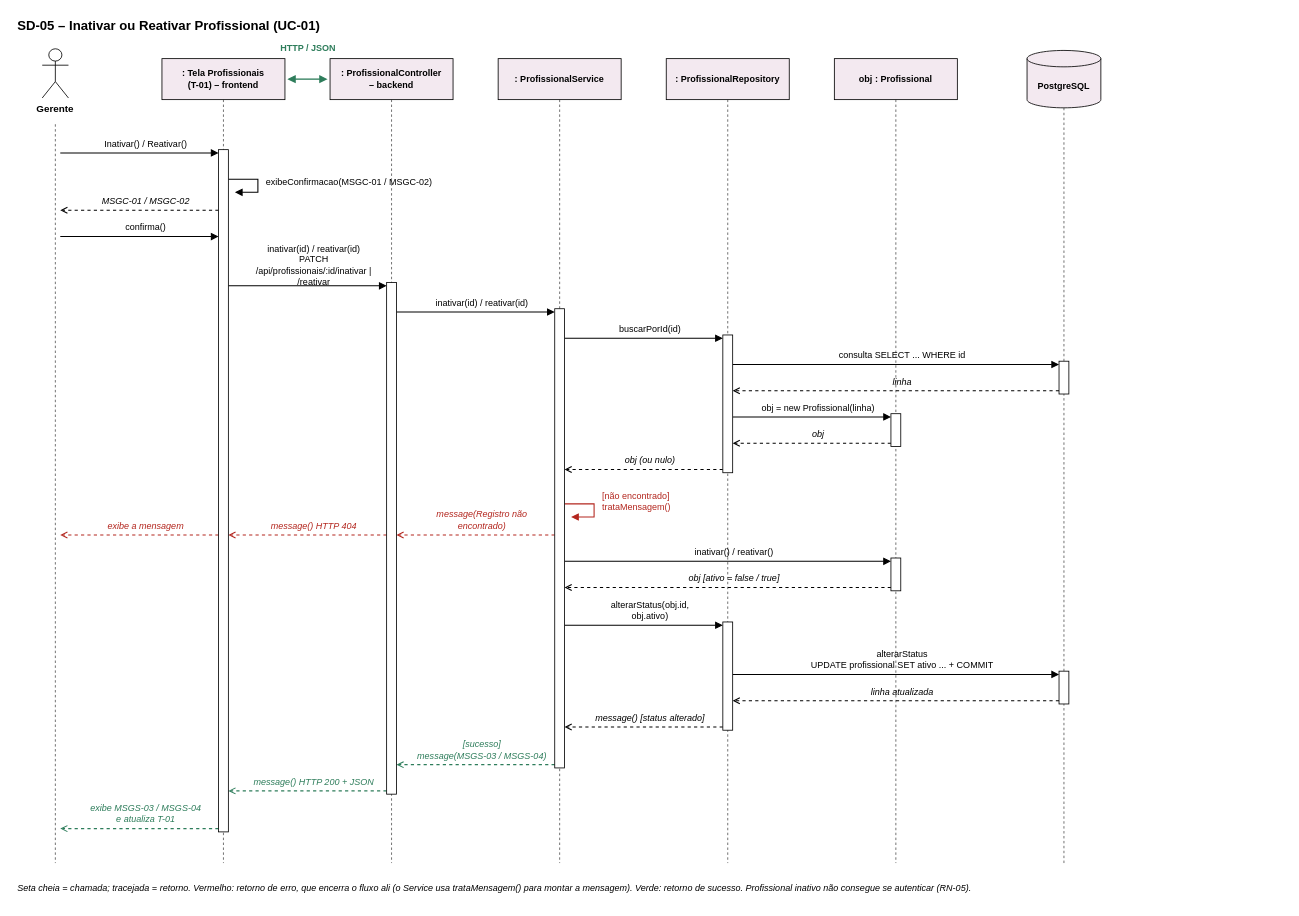
This is page "SD-05 Inativar ou Reativar Profissional" (5 of 29) of docs/diagramas/Fluxo_DiagramasSequencia.drawio from Cachorreira/Fluxo, a draw.io file, before an edit. Source tidied: cells renumbered, new cells numbered last; positions are measured from the earlier drawing's top-left corner, leaving out a move shared by most shapes. Both pictures are drawn from the tidied source at 82%, with x=0, y=0 at pixel (14, 14).
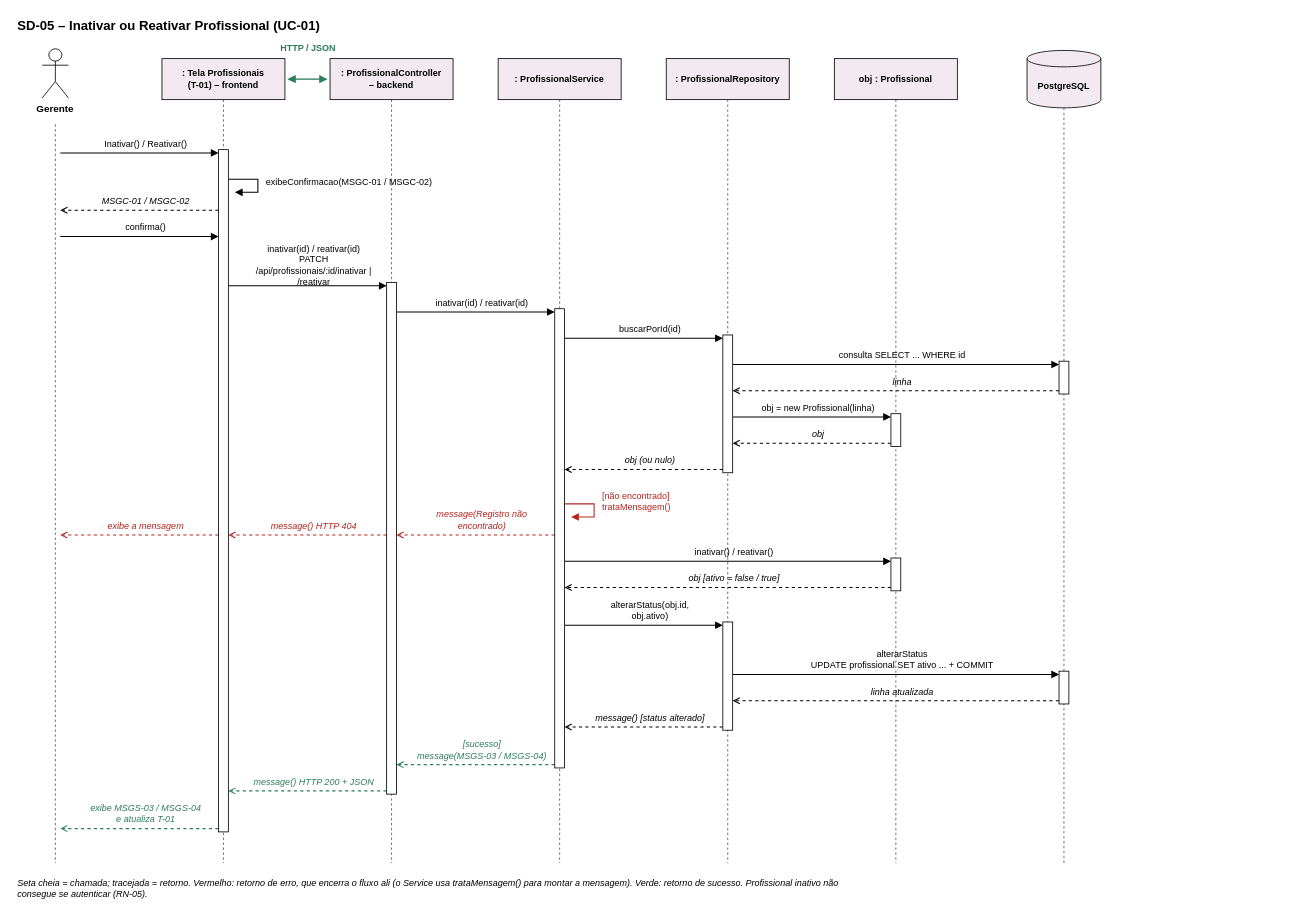
The same diagram, later.

What changed in the source:
```diff
@@
-    <mxCell id="78" value="Seta cheia = chamada; tracejada = retorno. Vermelho: retorno de erro, que encerra o fluxo ali (o Service usa trataMensagem() para montar a mensagem). Verde: retorno de sucesso. Profissional inativo não consegue se autenticar (RN-05)." style="text;align=left;verticalAlign=middle;spacingLeft=2;html=1;whiteSpace=wrap;fontFamily=Helvetica;fontSize=11;fontStyle=2;fillColor=none;strokeColor=none;fontColor=#000000;" parent="1" vertex="1">
-      <mxGeometry y="1049" width="1550" height="34" as="geometry" />
+    <mxCell id="78" value="Seta cheia = chamada; tracejada = retorno. Vermelho: retorno de erro, que encerra o fluxo ali (o Service usa trataMensagem() para montar a mensagem). Verde: retorno de sucesso. Profissional inativo não&lt;br&gt;consegue se autenticar (RN-05)." style="text;align=left;verticalAlign=middle;spacingLeft=2;html=1;whiteSpace=wrap;fontFamily=Helvetica;fontSize=11;fontStyle=2;fillColor=none;strokeColor=none;fontColor=#000000;" parent="1" vertex="1">
+      <mxGeometry y="1049" width="1330" height="34" as="geometry" />
     </mxCell>
```
